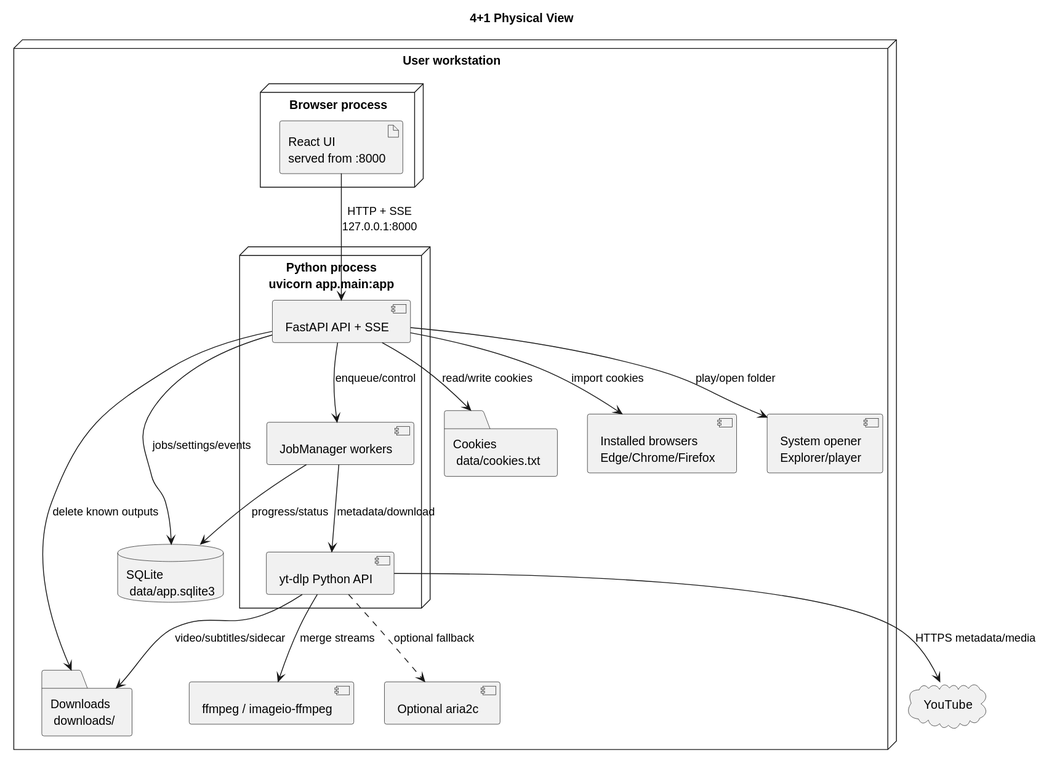
Before: docs/assets/diagrams/four-plus-one-physical-view.svg, a diagram exported from PlantUML (hnucjx/Design-and-Implementation-of-Database-Watermarking-Algorithms-Resistant-to-Brute-Force-Attacks.).
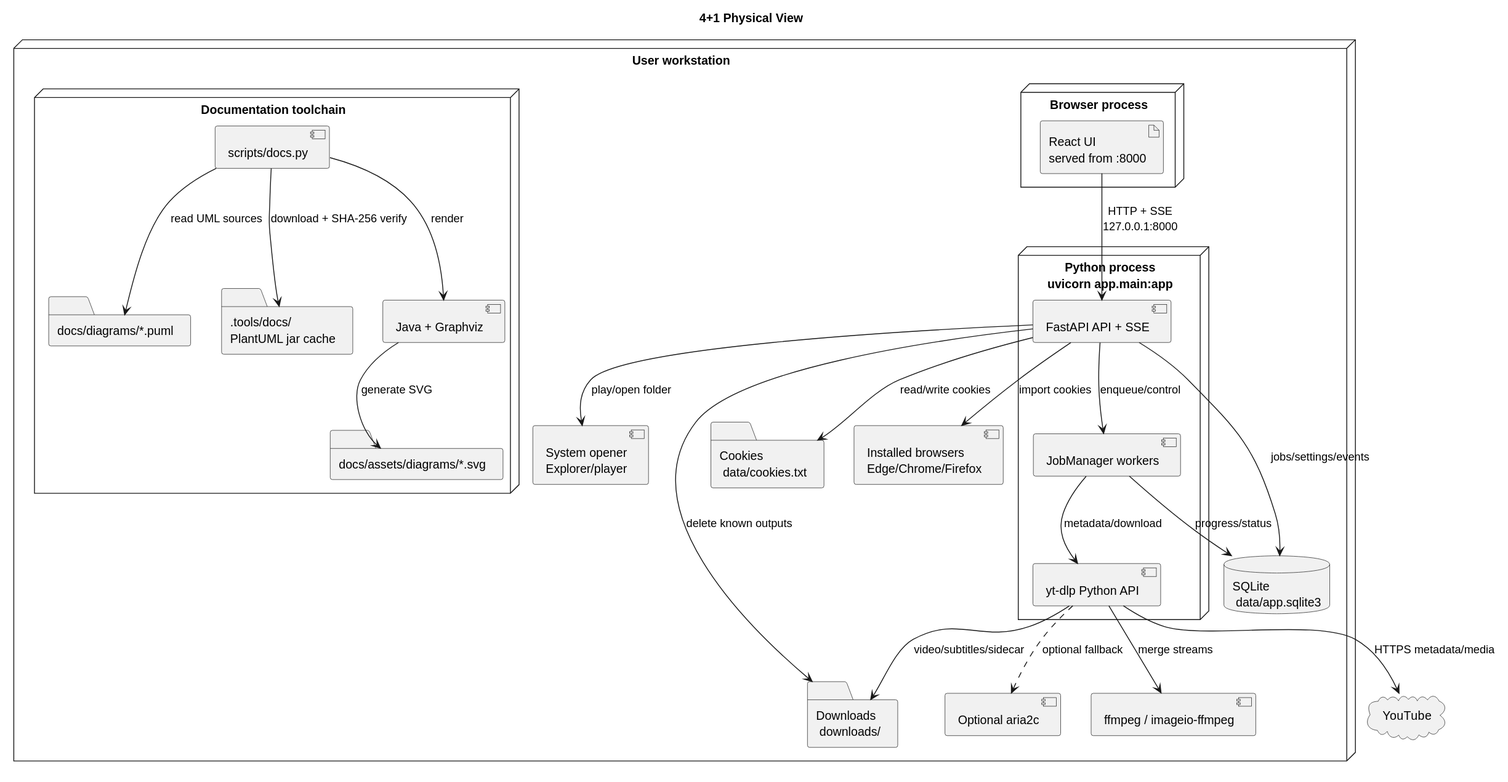
Above is the later version.

Diff of the diagram source:
```diff
@@ -20,6 +20,14 @@
   component "ffmpeg / imageio-ffmpeg" as FFMPEG
   component "Optional aria2c" as Aria2
   component "System opener\nExplorer/player" as Opener
+
+  node "Documentation toolchain" as DocsToolchain {
+    component "scripts/docs.py" as DocsScript
+    folder ".tools/docs/\nPlantUML jar cache" as PlantUMLCache
+    component "Java + Graphviz" as DocsRuntime
+    folder "docs/diagrams/*.puml" as DiagramSources
+    folder "docs/assets/diagrams/*.svg" as DiagramAssets
+  }
 }
 
 cloud "YouTube" as YouTube
@@ -37,4 +45,8 @@
 API --> CookiesFile : read/write cookies
 API --> Downloads : delete known outputs
 API --> Opener : play/open folder
+DocsScript --> PlantUMLCache : download + SHA-256 verify
+DocsScript --> DocsRuntime : render
+DocsScript --> DiagramSources : read UML sources
+DocsRuntime --> DiagramAssets : generate SVG
 @enduml
```
